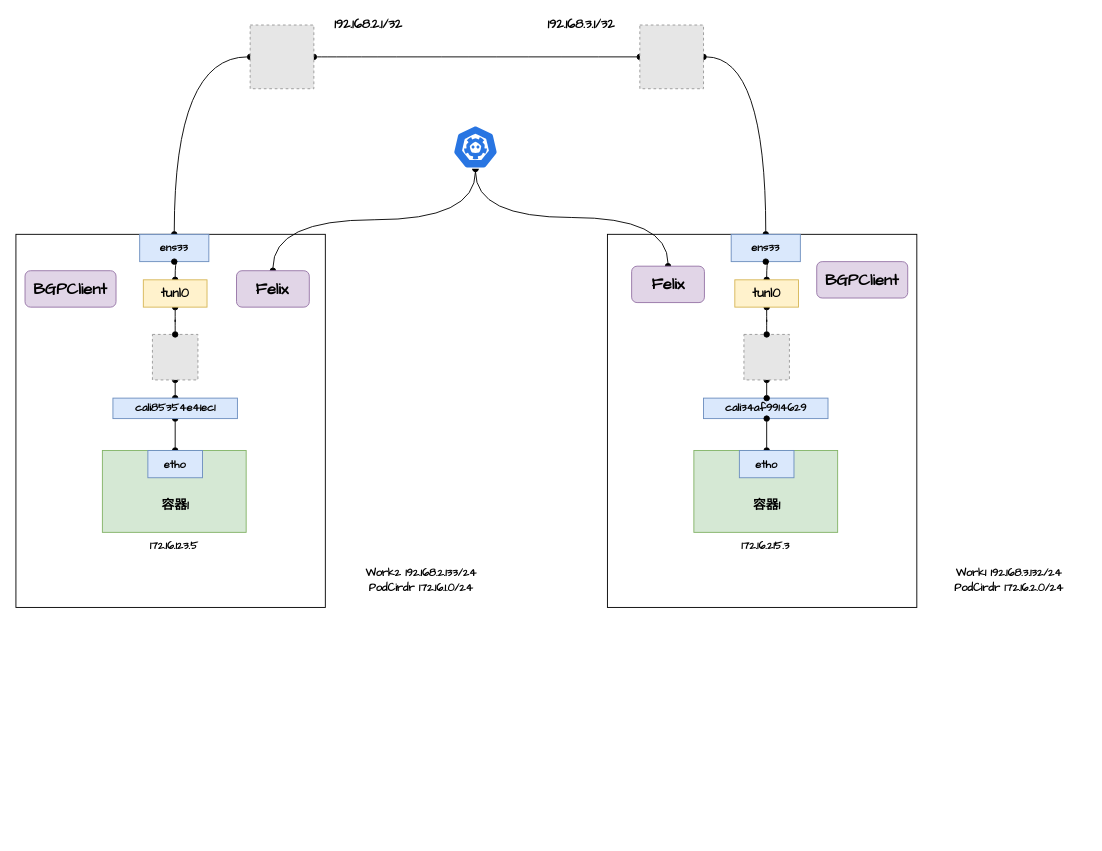
XiaoWeiKIN/k8s keeps this draw.io diagram as calico.drawio. Above is the earlier version. Source tidied: cells renumbered, new cells numbered last; positions are measured from the earlier drawing's top-left corner, leaving out a move shared by most shapes. Both pictures are drawn from the tidied source at 91%, with x=0, y=0 at pixel (15, 15). Pictures stored in the file or linked from it are replaced by grey dashed boxes.
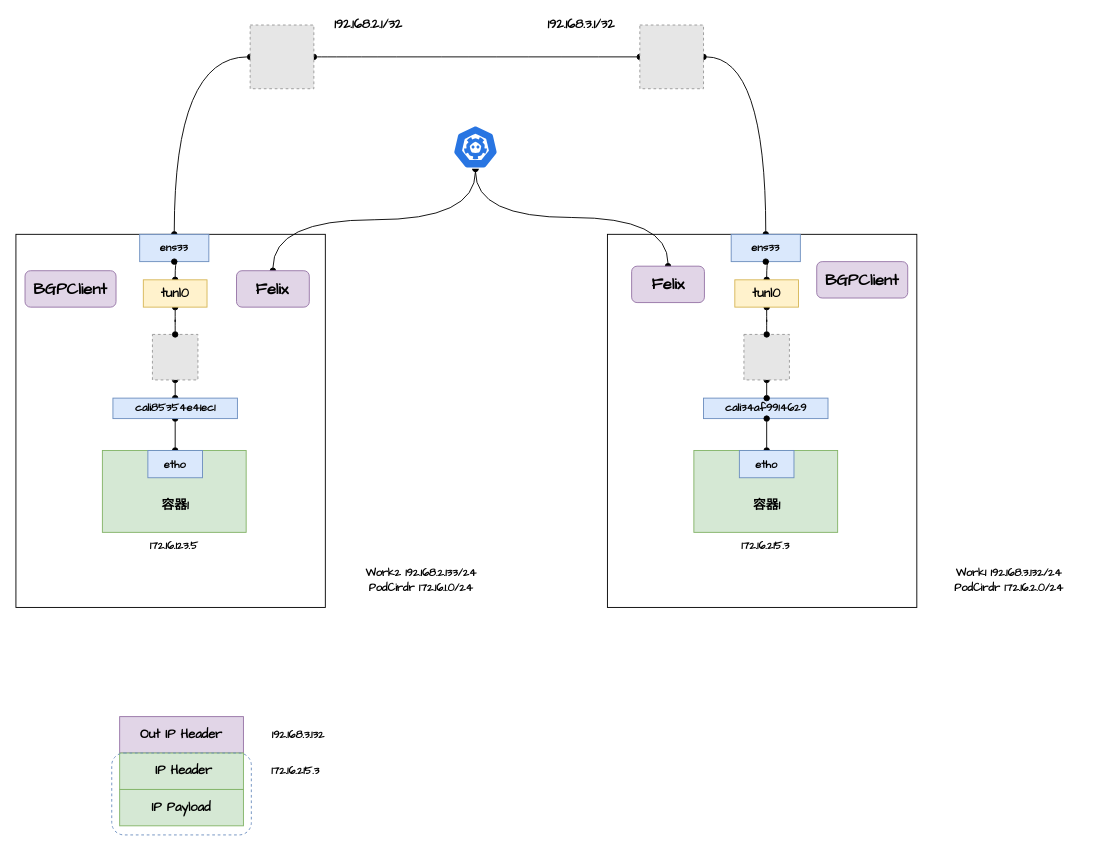
Above is the later version.

What changed in the source:
```diff
@@
+    <mxCell id="42" value="&lt;font face=&quot;Comic Sans MS&quot; style=&quot;font-size: 14px&quot;&gt;&lt;b&gt;Out IP Header&lt;/b&gt;&lt;/font&gt;" style="rounded=0;whiteSpace=wrap;html=1;fillColor=#e1d5e7;strokeColor=#9673a6;" parent="1" vertex="1">
+      <mxGeometry x="114" y="770" width="136" height="40" as="geometry" />
+    </mxCell>
+    <mxCell id="43" value="&lt;font face=&quot;Comic Sans MS&quot; style=&quot;font-size: 14px&quot;&gt;&lt;b&gt;&amp;nbsp;IP Header&lt;/b&gt;&lt;/font&gt;" style="rounded=0;whiteSpace=wrap;html=1;fillColor=#d5e8d4;strokeColor=#82b366;" parent="1" vertex="1">
+      <mxGeometry x="114" y="810" width="136" height="40" as="geometry" />
+    </mxCell>
+    <mxCell id="44" value="&lt;font face=&quot;Comic Sans MS&quot; style=&quot;font-size: 14px&quot;&gt;&lt;b&gt;IP Payload&lt;/b&gt;&lt;/font&gt;" style="rounded=0;whiteSpace=wrap;html=1;fillColor=#d5e8d4;strokeColor=#82b366;" parent="1" vertex="1">
+      <mxGeometry x="114" y="850" width="136" height="40" as="geometry" />
+    </mxCell>
+    <mxCell id="45" style="rounded=1;whiteSpace=wrap;html=1;dashed=1;strokeColor=#6c8ebf;fillColor=none;" parent="1" vertex="1">
+      <mxGeometry x="105.3" y="810" width="153.4" height="90" as="geometry" />
+    </mxCell>
+    <mxCell id="46" value="&lt;font face=&quot;Comic Sans MS&quot; style=&quot;font-size: 12px&quot;&gt;&lt;b&gt;192.168.3.132&lt;/b&gt;&lt;/font&gt;" style="text;html=1;align=center;verticalAlign=middle;fillColor=none;strokeColor=none;rounded=0;dashed=1;" parent="1" vertex="1">
+      <mxGeometry x="260" y="780" width="100" height="20" as="geometry" />
+    </mxCell>
+    <mxCell id="47" value="&lt;font face=&quot;Comic Sans MS&quot; style=&quot;font-size: 12px&quot;&gt;&lt;b&gt;172.16.215.3&lt;/b&gt;&lt;/font&gt;" style="text;html=1;align=center;verticalAlign=middle;fillColor=none;strokeColor=none;rounded=0;dashed=1;" parent="1" vertex="1">
+      <mxGeometry x="257.4" y="820" width="100" height="20" as="geometry" />
+    </mxCell>
```
